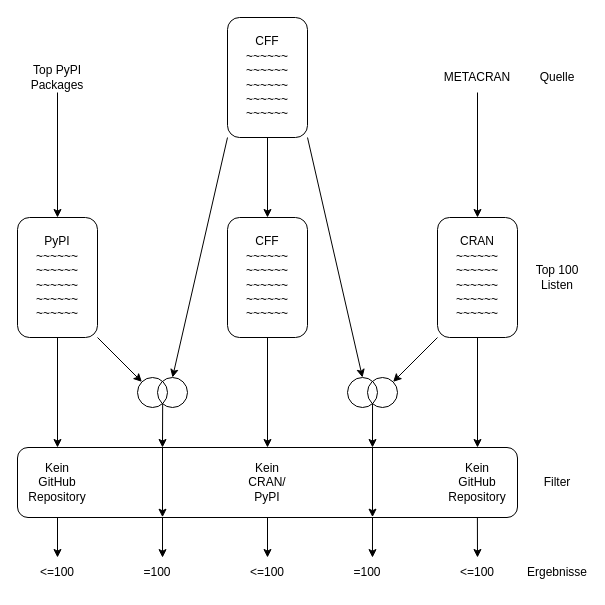
The draw.io diagram docs/bilder/Listen.drawio in killi199/Master-Thesis, before the edit. Source tidied: cells renumbered, new cells numbered last; positions are measured from the earlier drawing's top-left corner, leaving out a move shared by most shapes. Both pictures are drawn from the tidied source at 100%, with x=0, y=0 at pixel (17, 17).
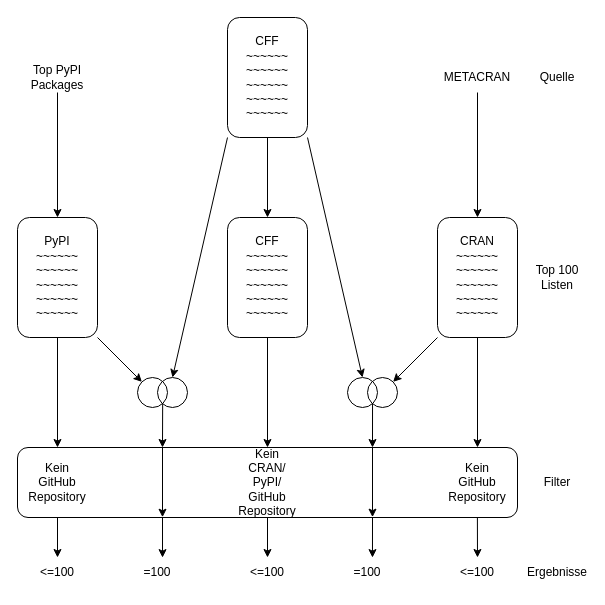
The same diagram, later.

Diff of the diagram source:
```diff
@@
-    <mxCell id="20" value="Kein CRAN/ PyPI" style="text;html=1;align=center;verticalAlign=middle;whiteSpace=wrap;rounded=0;" parent="1" vertex="1">
-      <mxGeometry x="220" y="450" width="60" height="30" as="geometry" />
+    <mxCell id="20" value="Kein CRAN/ PyPI/&lt;br&gt;GitHub&lt;br&gt;Repository" style="text;html=1;align=center;verticalAlign=middle;whiteSpace=wrap;rounded=0;" parent="1" vertex="1">
+      <mxGeometry x="220" y="430" width="60" height="70" as="geometry" />
     </mxCell>
```
